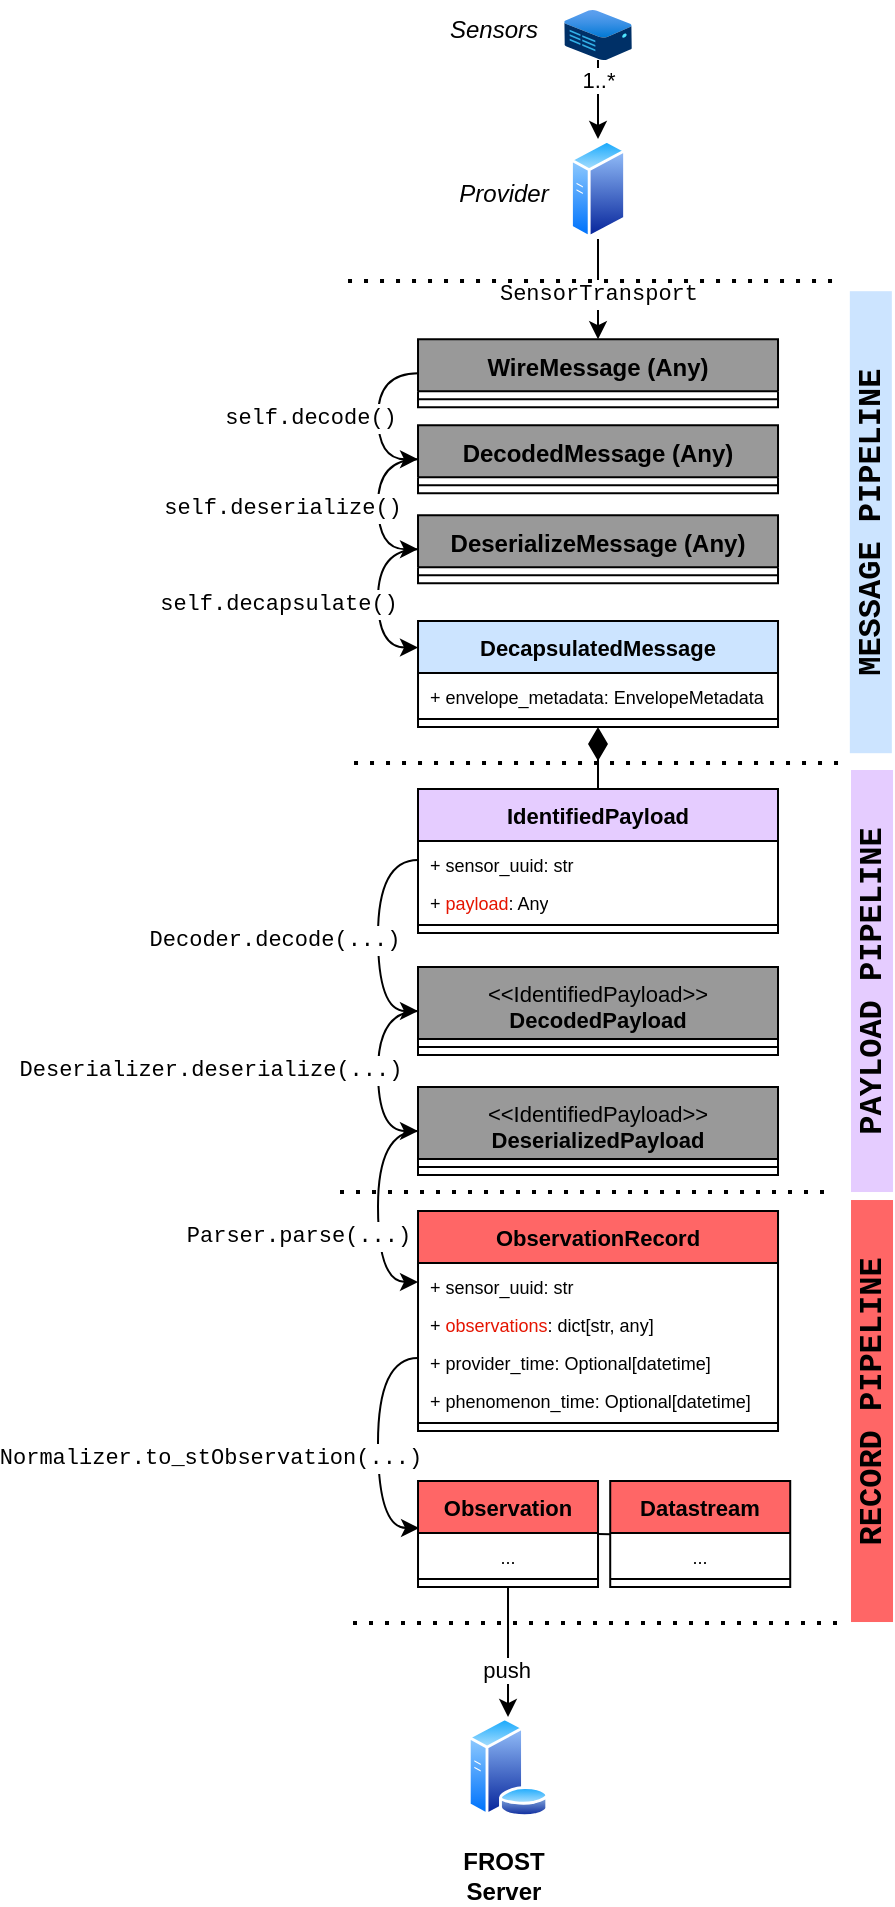
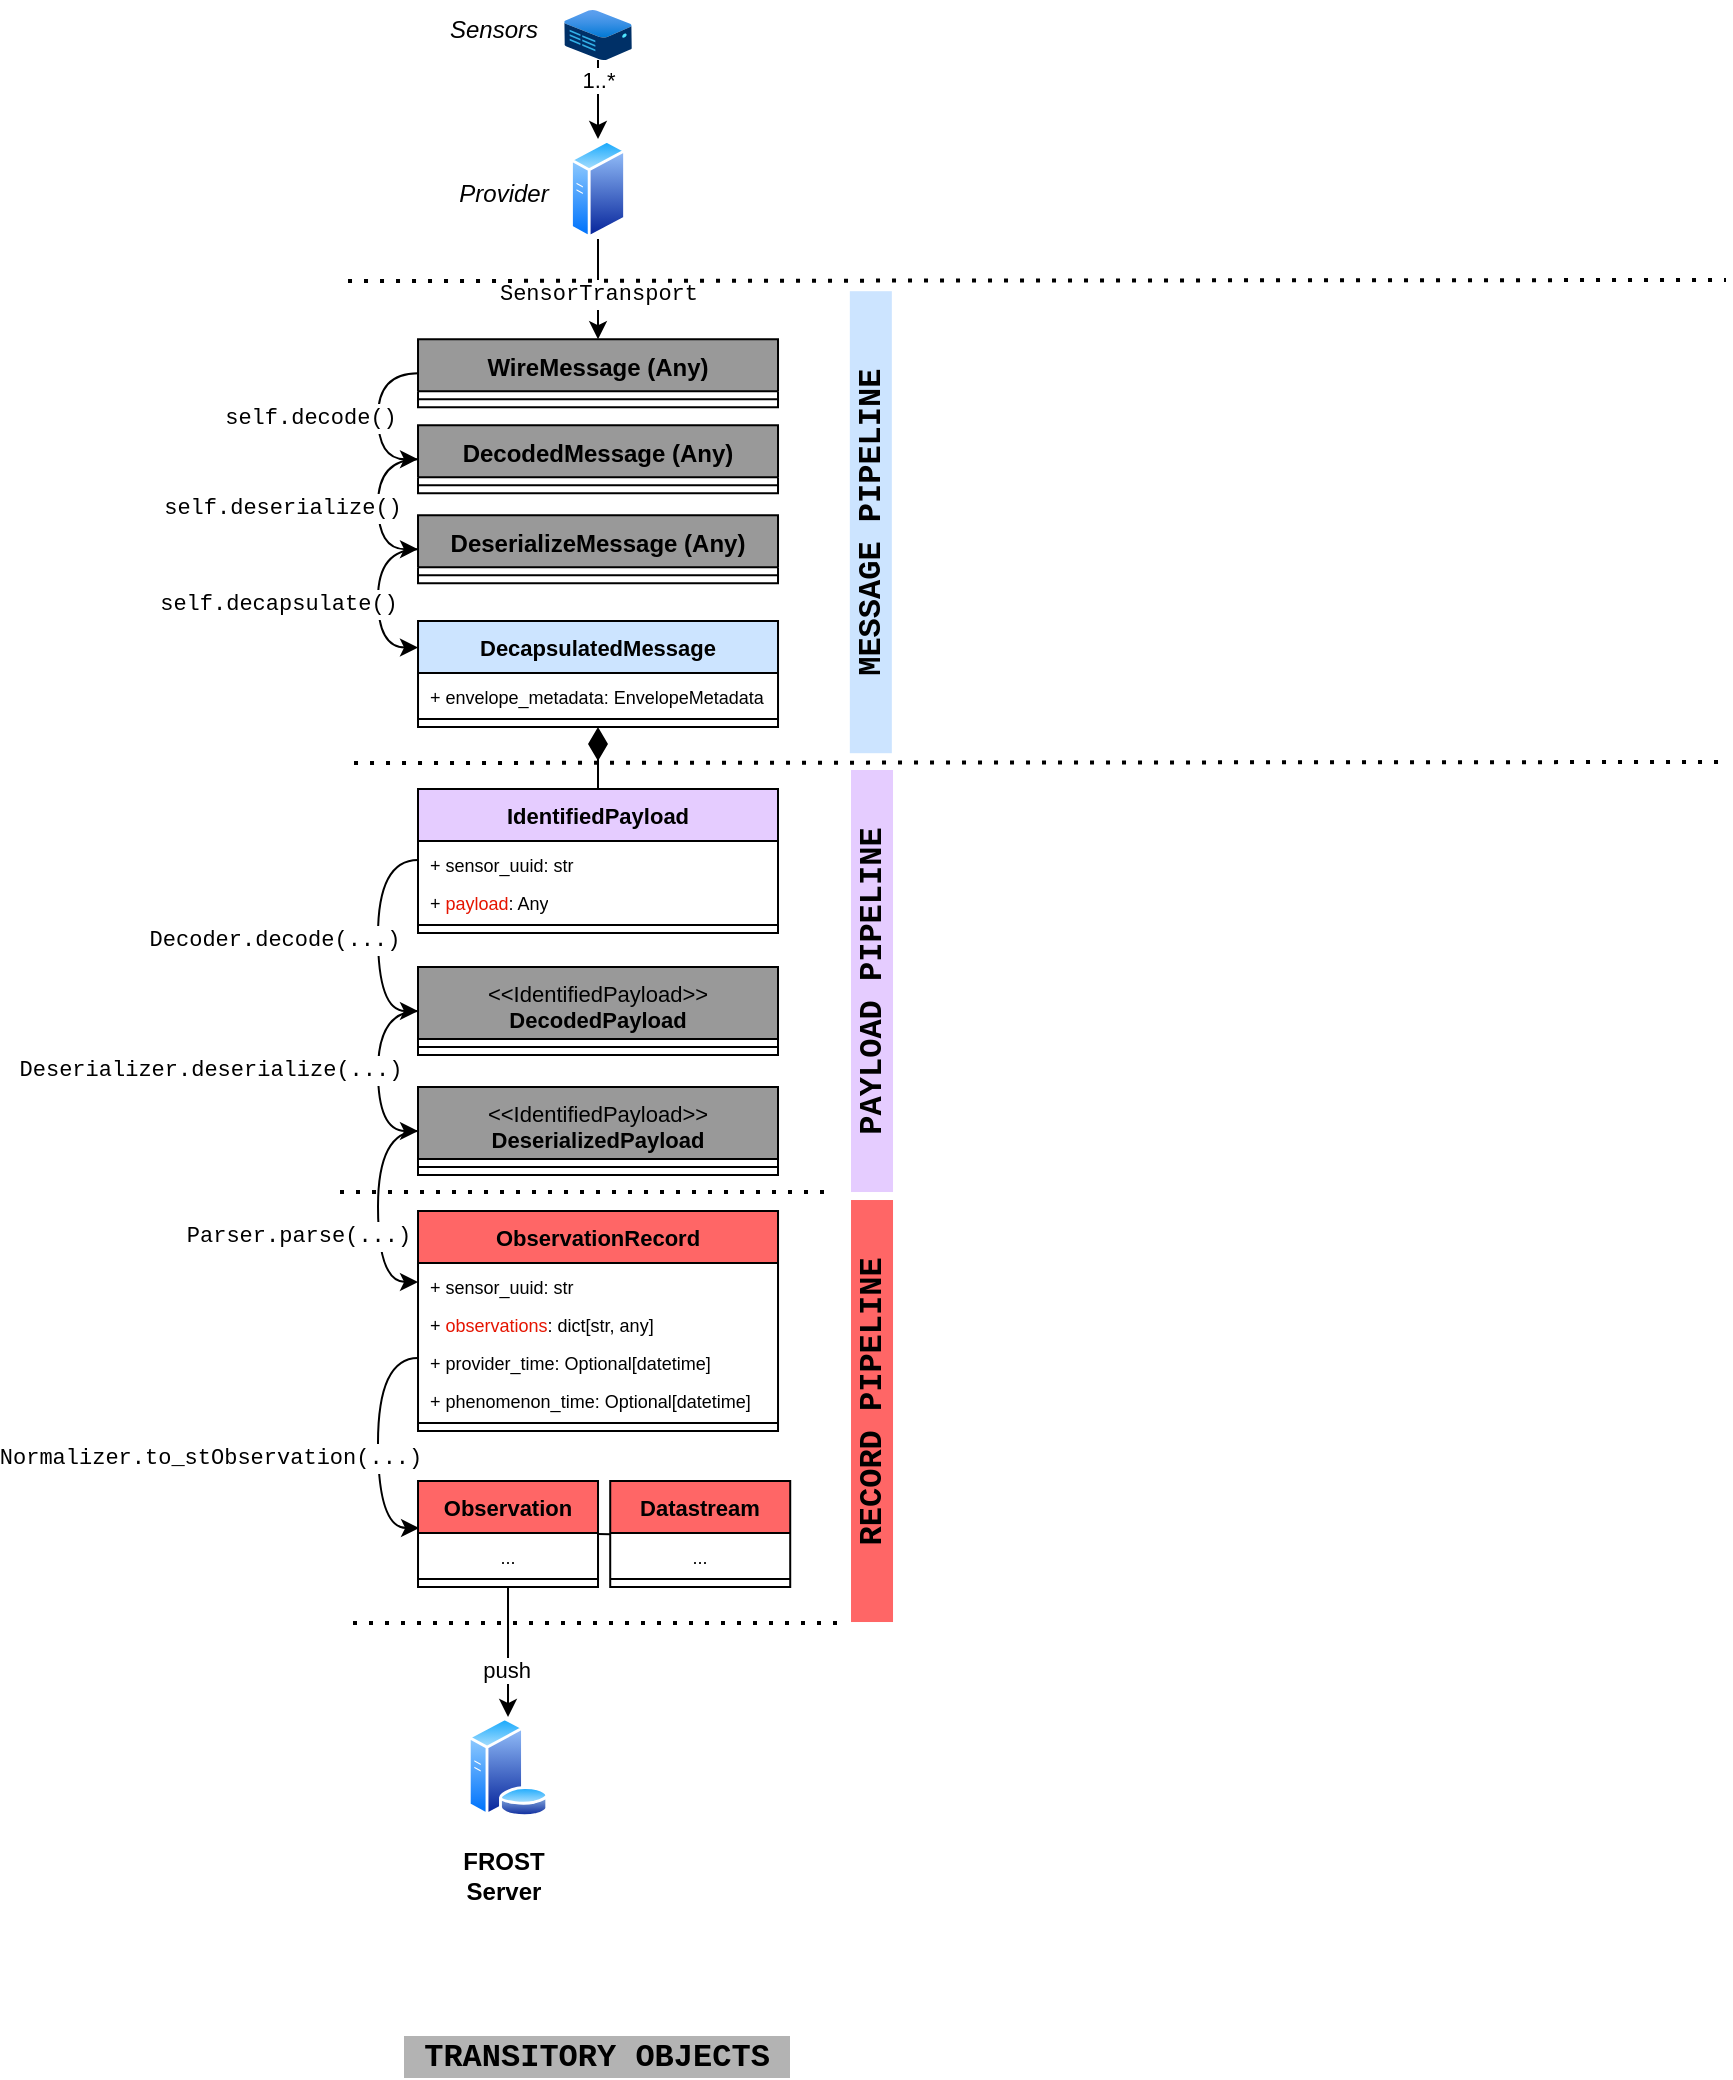
<mxfile host="app.diagrams.net">
  <diagram name="Page-1" id="zslSuMcQuhMjCawqLiqm">
-     <mxGraphModel dx="1383" dy="395" grid="0" gridSize="10" guides="1" tooltips="1" connect="1" arrows="1" fold="1" page="1" pageScale="1" pageWidth="827" pageHeight="1169" math="0" shadow="0">
+     <mxGraphModel dx="1692" dy="615" grid="0" gridSize="10" guides="1" tooltips="1" connect="1" arrows="1" fold="1" page="1" pageScale="1" pageWidth="827" pageHeight="1169" math="0" shadow="0">
      <root>
        <mxCell id="0" />
        <mxCell id="1" parent="0" />
        <mxCell id="wViumKwiQ37OSFoqWwF8-10" edge="1" parent="1" source="pTr_LYJ15uaenPGCWmsZ-1" style="edgeStyle=orthogonalEdgeStyle;rounded=0;orthogonalLoop=1;jettySize=auto;html=1;" target="wViumKwiQ37OSFoqWwF8-6">
          <mxGeometry relative="1" as="geometry" />
        </mxCell>
        <mxCell id="wViumKwiQ37OSFoqWwF8-11" connectable="0" parent="wViumKwiQ37OSFoqWwF8-10" style="edgeLabel;html=1;align=center;verticalAlign=middle;resizable=0;points=[];" value="&lt;div&gt;&lt;font face=&quot;Courier New&quot;&gt;SensorTransport&lt;/font&gt;&lt;/div&gt;" vertex="1">
          <mxGeometry relative="1" x="0.2603" as="geometry">
            <mxPoint y="-4" as="offset" />
          </mxGeometry>
        </mxCell>
        <mxCell id="pTr_LYJ15uaenPGCWmsZ-1" parent="1" style="image;aspect=fixed;perimeter=ellipsePerimeter;html=1;align=center;shadow=0;dashed=0;spacingTop=3;image=img/lib/active_directory/generic_server.svg;" value="" vertex="1">
-           <mxGeometry height="50" width="28.000000000000004" x="-476.99" y="153.5" as="geometry" />
+           <mxGeometry height="50" width="28.000000000000004" x="-427.99" y="153.5" as="geometry" />
        </mxCell>
        <mxCell id="pTr_LYJ15uaenPGCWmsZ-2" parent="1" style="text;html=1;whiteSpace=wrap;strokeColor=none;fillColor=none;align=center;verticalAlign=middle;rounded=0;" value="&lt;i&gt;Provider&lt;/i&gt;" vertex="1">
-           <mxGeometry height="30" width="60" x="-539.89" y="166" as="geometry" />
+           <mxGeometry height="30" width="60" x="-490.89" y="166" as="geometry" />
        </mxCell>
        <mxCell id="pTr_LYJ15uaenPGCWmsZ-45" edge="1" parent="1" source="pTr_LYJ15uaenPGCWmsZ-43" style="edgeStyle=orthogonalEdgeStyle;rounded=0;orthogonalLoop=1;jettySize=auto;html=1;" target="pTr_LYJ15uaenPGCWmsZ-1">
          <mxGeometry relative="1" as="geometry" />
        </mxCell>
        <mxCell id="wViumKwiQ37OSFoqWwF8-41" connectable="0" parent="pTr_LYJ15uaenPGCWmsZ-45" style="edgeLabel;html=1;align=center;verticalAlign=middle;resizable=0;points=[];fontFamily=Helvetica;fontSize=11;fontColor=default;labelBackgroundColor=default;" value="1..*" vertex="1">
          <mxGeometry relative="1" x="-0.6528" as="geometry">
            <mxPoint y="3" as="offset" />
          </mxGeometry>
        </mxCell>
        <mxCell id="pTr_LYJ15uaenPGCWmsZ-43" parent="1" style="image;aspect=fixed;html=1;points=[];align=center;fontSize=12;image=img/lib/azure2/other/Defender_Sensor.svg;" value="" vertex="1">
-           <mxGeometry height="25" width="33.81" x="-479.89" y="89" as="geometry" />
+           <mxGeometry height="25" width="33.81" x="-430.89" y="89" as="geometry" />
        </mxCell>
        <mxCell id="pTr_LYJ15uaenPGCWmsZ-46" parent="1" style="text;html=1;whiteSpace=wrap;strokeColor=none;fillColor=none;align=center;verticalAlign=middle;rounded=0;" value="&lt;i&gt;Sensors&lt;/i&gt;" vertex="1">
-           <mxGeometry height="30" width="60" x="-544.99" y="84" as="geometry" />
+           <mxGeometry height="30" width="60" x="-495.99" y="84" as="geometry" />
        </mxCell>
        <mxCell id="pTr_LYJ15uaenPGCWmsZ-48" parent="1" style="image;aspect=fixed;perimeter=ellipsePerimeter;html=1;align=center;shadow=0;dashed=0;spacingTop=3;image=img/lib/active_directory/database_server.svg;" value="" vertex="1">
-           <mxGeometry height="50" width="41" x="-528.49" y="942.5" as="geometry" />
+           <mxGeometry height="50" width="41" x="-479.49" y="942.5" as="geometry" />
        </mxCell>
        <mxCell id="wViumKwiQ37OSFoqWwF8-19" edge="1" parent="1" source="wViumKwiQ37OSFoqWwF8-6" style="edgeStyle=orthogonalEdgeStyle;rounded=0;orthogonalLoop=1;jettySize=auto;html=1;entryX=0;entryY=0.5;entryDx=0;entryDy=0;curved=1;exitX=0;exitY=0.5;exitDx=0;exitDy=0;" target="wViumKwiQ37OSFoqWwF8-12">
          <mxGeometry relative="1" as="geometry" />
        </mxCell>
        <mxCell id="wViumKwiQ37OSFoqWwF8-22" connectable="0" parent="wViumKwiQ37OSFoqWwF8-19" style="edgeLabel;html=1;align=center;verticalAlign=middle;resizable=0;points=[];fontFamily=Helvetica;fontSize=11;fontColor=default;labelBackgroundColor=default;" value="&lt;font face=&quot;Courier New&quot;&gt;self.decode()&lt;/font&gt;" vertex="1">
          <mxGeometry relative="1" x="-0.1099" y="-2" as="geometry">
            <mxPoint x="-32" y="5" as="offset" />
          </mxGeometry>
        </mxCell>
        <mxCell id="wViumKwiQ37OSFoqWwF8-6" parent="1" style="swimlane;fontStyle=1;align=center;verticalAlign=top;childLayout=stackLayout;horizontal=1;startSize=26;horizontalStack=0;resizeParent=1;resizeParentMax=0;resizeLast=0;collapsible=1;marginBottom=0;whiteSpace=wrap;html=1;fillColor=#999999;" value="&lt;div&gt;&lt;span style=&quot;background-color: transparent; color: light-dark(rgb(0, 0, 0), rgb(255, 255, 255));&quot;&gt;WireMessage (Any)&lt;/span&gt;&lt;/div&gt;" vertex="1">
-           <mxGeometry height="34" width="180" x="-552.99" y="253.58999999999997" as="geometry" />
+           <mxGeometry height="34" width="180" x="-503.99" y="253.58999999999997" as="geometry" />
        </mxCell>
        <mxCell id="wViumKwiQ37OSFoqWwF8-8" parent="wViumKwiQ37OSFoqWwF8-6" style="line;strokeWidth=1;fillColor=none;align=left;verticalAlign=middle;spacingTop=-1;spacingLeft=3;spacingRight=3;rotatable=0;labelPosition=right;points=[];portConstraint=eastwest;strokeColor=inherit;" value="" vertex="1">
          <mxGeometry height="8" width="180" y="26" as="geometry" />
        </mxCell>
        <mxCell id="wViumKwiQ37OSFoqWwF8-21" edge="1" parent="1" source="wViumKwiQ37OSFoqWwF8-12" style="edgeStyle=orthogonalEdgeStyle;shape=connector;curved=1;rounded=0;orthogonalLoop=1;jettySize=auto;html=1;entryX=0;entryY=0.5;entryDx=0;entryDy=0;strokeColor=default;align=center;verticalAlign=middle;fontFamily=Helvetica;fontSize=11;fontColor=default;labelBackgroundColor=default;endArrow=classic;exitX=0;exitY=0.5;exitDx=0;exitDy=0;" target="wViumKwiQ37OSFoqWwF8-14">
          <mxGeometry relative="1" as="geometry" />
        </mxCell>
        <mxCell id="wViumKwiQ37OSFoqWwF8-12" parent="1" style="swimlane;fontStyle=1;align=center;verticalAlign=top;childLayout=stackLayout;horizontal=1;startSize=26;horizontalStack=0;resizeParent=1;resizeParentMax=0;resizeLast=0;collapsible=1;marginBottom=0;whiteSpace=wrap;html=1;fillColor=#999999;" value="&lt;div&gt;&lt;span style=&quot;background-color: transparent; color: light-dark(rgb(0, 0, 0), rgb(255, 255, 255));&quot;&gt;DecodedMessage (Any)&lt;/span&gt;&lt;/div&gt;" vertex="1">
-           <mxGeometry height="34" width="180" x="-552.99" y="296.59" as="geometry" />
+           <mxGeometry height="34" width="180" x="-503.99" y="296.59" as="geometry" />
        </mxCell>
        <mxCell id="wViumKwiQ37OSFoqWwF8-13" parent="wViumKwiQ37OSFoqWwF8-12" style="line;strokeWidth=1;fillColor=none;align=left;verticalAlign=middle;spacingTop=-1;spacingLeft=3;spacingRight=3;rotatable=0;labelPosition=right;points=[];portConstraint=eastwest;strokeColor=inherit;" value="" vertex="1">
          <mxGeometry height="8" width="180" y="26" as="geometry" />
        </mxCell>
        <mxCell id="wViumKwiQ37OSFoqWwF8-38" edge="1" parent="1" source="wViumKwiQ37OSFoqWwF8-14" style="edgeStyle=orthogonalEdgeStyle;shape=connector;curved=1;rounded=0;orthogonalLoop=1;jettySize=auto;html=1;entryX=0;entryY=0.25;entryDx=0;entryDy=0;strokeColor=default;align=center;verticalAlign=middle;fontFamily=Helvetica;fontSize=11;fontColor=default;labelBackgroundColor=default;endArrow=classic;exitX=0;exitY=0.5;exitDx=0;exitDy=0;" target="wViumKwiQ37OSFoqWwF8-27">
          <mxGeometry relative="1" as="geometry" />
        </mxCell>
        <mxCell id="wViumKwiQ37OSFoqWwF8-14" parent="1" style="swimlane;fontStyle=1;align=center;verticalAlign=top;childLayout=stackLayout;horizontal=1;startSize=26;horizontalStack=0;resizeParent=1;resizeParentMax=0;resizeLast=0;collapsible=1;marginBottom=0;whiteSpace=wrap;html=1;fillColor=#999999;" value="&lt;div&gt;&lt;span style=&quot;background-color: transparent; color: light-dark(rgb(0, 0, 0), rgb(255, 255, 255));&quot;&gt;DeserializeMessage (Any)&lt;/span&gt;&lt;/div&gt;" vertex="1">
-           <mxGeometry height="34" width="180" x="-552.99" y="341.59" as="geometry" />
+           <mxGeometry height="34" width="180" x="-503.99" y="341.59" as="geometry" />
        </mxCell>
        <mxCell id="wViumKwiQ37OSFoqWwF8-15" parent="wViumKwiQ37OSFoqWwF8-14" style="line;strokeWidth=1;fillColor=none;align=left;verticalAlign=middle;spacingTop=-1;spacingLeft=3;spacingRight=3;rotatable=0;labelPosition=right;points=[];portConstraint=eastwest;strokeColor=inherit;" value="" vertex="1">
          <mxGeometry height="8" width="180" y="26" as="geometry" />
        </mxCell>
        <mxCell id="wViumKwiQ37OSFoqWwF8-23" connectable="0" parent="1" style="edgeLabel;html=1;align=center;verticalAlign=middle;resizable=0;points=[];fontFamily=Helvetica;fontSize=11;fontColor=default;labelBackgroundColor=default;" value="&lt;font face=&quot;Courier New&quot;&gt;self.deserialize()&lt;/font&gt;" vertex="1">
-           <mxGeometry x="-620.99" y="337.5" as="geometry" />
+           <mxGeometry x="-571.99" y="337.5" as="geometry" />
        </mxCell>
        <mxCell id="wViumKwiQ37OSFoqWwF8-27" parent="1" style="swimlane;fontStyle=1;align=center;verticalAlign=top;childLayout=stackLayout;horizontal=1;startSize=26;horizontalStack=0;resizeParent=1;resizeParentMax=0;resizeLast=0;collapsible=1;marginBottom=0;whiteSpace=wrap;html=1;fontFamily=Helvetica;fontSize=11;fontColor=default;labelBackgroundColor=none;gradientColor=none;fillColor=#CCE4FF;" value="DecapsulatedMessage" vertex="1">
-           <mxGeometry height="53" width="180" x="-552.99" y="394.5" as="geometry" />
+           <mxGeometry height="53" width="180" x="-503.99" y="394.5" as="geometry" />
        </mxCell>
        <mxCell id="wViumKwiQ37OSFoqWwF8-28" parent="wViumKwiQ37OSFoqWwF8-27" style="text;strokeColor=none;fillColor=none;align=left;verticalAlign=top;spacingLeft=4;spacingRight=4;overflow=hidden;rotatable=0;points=[[0,0.5],[1,0.5]];portConstraint=eastwest;whiteSpace=wrap;html=1;fontFamily=Helvetica;fontSize=9;fontColor=default;labelBackgroundColor=default;" value="+ envelope_metadata: EnvelopeMetadata" vertex="1">
          <mxGeometry height="19" width="180" y="26" as="geometry" />
        </mxCell>
        <mxCell id="wViumKwiQ37OSFoqWwF8-29" parent="wViumKwiQ37OSFoqWwF8-27" style="line;strokeWidth=1;fillColor=none;align=left;verticalAlign=middle;spacingTop=-1;spacingLeft=3;spacingRight=3;rotatable=0;labelPosition=right;points=[];portConstraint=eastwest;strokeColor=inherit;fontFamily=Helvetica;fontSize=11;fontColor=default;labelBackgroundColor=default;" value="" vertex="1">
          <mxGeometry height="8" width="180" y="45" as="geometry" />
        </mxCell>
        <mxCell id="wViumKwiQ37OSFoqWwF8-66" edge="1" parent="1" source="wViumKwiQ37OSFoqWwF8-37" style="edgeStyle=orthogonalEdgeStyle;shape=connector;rounded=0;orthogonalLoop=1;jettySize=auto;html=1;entryX=0;entryY=0.5;entryDx=0;entryDy=0;strokeColor=default;align=center;verticalAlign=middle;fontFamily=Helvetica;fontSize=11;fontColor=default;labelBackgroundColor=default;endArrow=classic;endFill=1;endSize=6;curved=1;exitX=0;exitY=0.5;exitDx=0;exitDy=0;" target="wViumKwiQ37OSFoqWwF8-59">
          <mxGeometry relative="1" as="geometry" />
        </mxCell>
        <mxCell id="wViumKwiQ37OSFoqWwF8-72" connectable="0" parent="wViumKwiQ37OSFoqWwF8-66" style="edgeLabel;html=1;align=center;verticalAlign=middle;resizable=0;points=[];fontFamily=Helvetica;fontSize=11;fontColor=default;labelBackgroundColor=default;" value="&lt;font face=&quot;Courier New&quot;&gt;Decoder.decode(...)&lt;/font&gt;" vertex="1">
          <mxGeometry relative="1" x="0.0183" y="-1" as="geometry">
            <mxPoint x="-51" y="1" as="offset" />
          </mxGeometry>
        </mxCell>
        <mxCell id="wViumKwiQ37OSFoqWwF8-77" edge="1" parent="1" source="wViumKwiQ37OSFoqWwF8-32" style="edgeStyle=orthogonalEdgeStyle;shape=connector;curved=1;rounded=0;orthogonalLoop=1;jettySize=auto;html=1;strokeColor=default;align=center;verticalAlign=middle;fontFamily=Helvetica;fontSize=11;fontColor=default;labelBackgroundColor=default;endArrow=diamondThin;endFill=1;endSize=14;" target="wViumKwiQ37OSFoqWwF8-27">
          <mxGeometry relative="1" as="geometry" />
        </mxCell>
        <mxCell id="wViumKwiQ37OSFoqWwF8-32" parent="1" style="swimlane;fontStyle=1;align=center;verticalAlign=top;childLayout=stackLayout;horizontal=1;startSize=26;horizontalStack=0;resizeParent=1;resizeParentMax=0;resizeLast=0;collapsible=1;marginBottom=0;whiteSpace=wrap;html=1;fontFamily=Helvetica;fontSize=11;fontColor=default;labelBackgroundColor=none;gradientColor=none;fillColor=#E5CCFF;" value="IdentifiedPayload" vertex="1">
-           <mxGeometry height="72" width="180" x="-553" y="478.5" as="geometry" />
+           <mxGeometry height="72" width="180" x="-504" y="478.5" as="geometry" />
        </mxCell>
        <mxCell id="wViumKwiQ37OSFoqWwF8-37" parent="wViumKwiQ37OSFoqWwF8-32" style="text;strokeColor=none;fillColor=none;align=left;verticalAlign=top;spacingLeft=4;spacingRight=4;overflow=hidden;rotatable=0;points=[[0,0.5],[1,0.5]];portConstraint=eastwest;whiteSpace=wrap;html=1;fontFamily=Helvetica;fontSize=9;fontColor=default;labelBackgroundColor=default;" value="+ sensor_uuid: str" vertex="1">
          <mxGeometry height="19" width="180" y="26" as="geometry" />
        </mxCell>
        <mxCell id="wViumKwiQ37OSFoqWwF8-33" parent="wViumKwiQ37OSFoqWwF8-32" style="text;strokeColor=none;fillColor=none;align=left;verticalAlign=top;spacingLeft=4;spacingRight=4;overflow=hidden;rotatable=0;points=[[0,0.5],[1,0.5]];portConstraint=eastwest;whiteSpace=wrap;html=1;fontFamily=Helvetica;fontSize=9;fontColor=default;labelBackgroundColor=default;" value="+ &lt;font style=&quot;color: rgb(229, 20, 0);&quot;&gt;payload&lt;/font&gt;: Any" vertex="1">
          <mxGeometry height="19" width="180" y="45" as="geometry" />
        </mxCell>
        <mxCell id="wViumKwiQ37OSFoqWwF8-34" parent="wViumKwiQ37OSFoqWwF8-32" style="line;strokeWidth=1;fillColor=none;align=left;verticalAlign=middle;spacingTop=-1;spacingLeft=3;spacingRight=3;rotatable=0;labelPosition=right;points=[];portConstraint=eastwest;strokeColor=inherit;fontFamily=Helvetica;fontSize=11;fontColor=default;labelBackgroundColor=default;" value="" vertex="1">
          <mxGeometry height="8" width="180" y="64" as="geometry" />
        </mxCell>
        <mxCell id="wViumKwiQ37OSFoqWwF8-39" connectable="0" parent="1" style="edgeLabel;html=1;align=center;verticalAlign=middle;resizable=0;points=[];fontFamily=Helvetica;fontSize=11;fontColor=default;labelBackgroundColor=default;" value="&lt;font face=&quot;Courier New&quot;&gt;self.decapsulate()&lt;/font&gt;" vertex="1">
-           <mxGeometry x="-622.99" y="385.5" as="geometry" />
+           <mxGeometry x="-573.99" y="385.5" as="geometry" />
        </mxCell>
        <mxCell id="wViumKwiQ37OSFoqWwF8-92" edge="1" parent="1" source="wViumKwiQ37OSFoqWwF8-89" style="edgeStyle=orthogonalEdgeStyle;shape=connector;curved=1;rounded=0;orthogonalLoop=1;jettySize=auto;html=1;strokeColor=default;align=center;verticalAlign=middle;fontFamily=Helvetica;fontSize=11;fontColor=default;labelBackgroundColor=default;endArrow=classic;endFill=1;endSize=6;exitX=0;exitY=0.5;exitDx=0;exitDy=0;entryX=0.006;entryY=-0.13;entryDx=0;entryDy=0;entryPerimeter=0;" target="wViumKwiQ37OSFoqWwF8-85">
          <mxGeometry relative="1" as="geometry">
-             <mxPoint x="-591.99" y="864.5" as="targetPoint" />
+             <mxPoint x="-542.99" y="864.5" as="targetPoint" />
          </mxGeometry>
        </mxCell>
        <mxCell id="wViumKwiQ37OSFoqWwF8-55" parent="1" style="swimlane;fontStyle=1;align=center;verticalAlign=top;childLayout=stackLayout;horizontal=1;startSize=26;horizontalStack=0;resizeParent=1;resizeParentMax=0;resizeLast=0;collapsible=1;marginBottom=0;whiteSpace=wrap;html=1;fontFamily=Helvetica;fontSize=11;fontColor=default;labelBackgroundColor=none;gradientColor=none;fillColor=#FF6666;" value="ObservationRecord" vertex="1">
-           <mxGeometry height="110" width="180" x="-552.99" y="689.5" as="geometry" />
+           <mxGeometry height="110" width="180" x="-503.99" y="689.5" as="geometry" />
        </mxCell>
        <mxCell id="wViumKwiQ37OSFoqWwF8-56" parent="wViumKwiQ37OSFoqWwF8-55" style="text;strokeColor=none;fillColor=none;align=left;verticalAlign=top;spacingLeft=4;spacingRight=4;overflow=hidden;rotatable=0;points=[[0,0.5],[1,0.5]];portConstraint=eastwest;whiteSpace=wrap;html=1;fontFamily=Helvetica;fontSize=9;fontColor=default;labelBackgroundColor=default;" value="+ sensor_uuid: str" vertex="1">
          <mxGeometry height="19" width="180" y="26" as="geometry" />
        </mxCell>
        <mxCell id="wViumKwiQ37OSFoqWwF8-75" parent="wViumKwiQ37OSFoqWwF8-55" style="text;strokeColor=none;fillColor=none;align=left;verticalAlign=top;spacingLeft=4;spacingRight=4;overflow=hidden;rotatable=0;points=[[0,0.5],[1,0.5]];portConstraint=eastwest;whiteSpace=wrap;html=1;fontFamily=Helvetica;fontSize=9;fontColor=default;labelBackgroundColor=default;" value="+ &lt;font style=&quot;color: rgb(229, 20, 0);&quot;&gt;observations&lt;/font&gt;: dict[str, any]" vertex="1">
          <mxGeometry height="19" width="180" y="45" as="geometry" />
        </mxCell>
        <mxCell id="wViumKwiQ37OSFoqWwF8-89" parent="wViumKwiQ37OSFoqWwF8-55" style="text;strokeColor=none;fillColor=none;align=left;verticalAlign=top;spacingLeft=4;spacingRight=4;overflow=hidden;rotatable=0;points=[[0,0.5],[1,0.5]];portConstraint=eastwest;whiteSpace=wrap;html=1;fontFamily=Helvetica;fontSize=9;fontColor=default;labelBackgroundColor=default;" value="+ &lt;font style=&quot;color: rgb(0, 0, 0);&quot;&gt;provider_time&lt;/font&gt;: Optional[datetime]" vertex="1">
          <mxGeometry height="19" width="180" y="64" as="geometry" />
        </mxCell>
        <mxCell id="wViumKwiQ37OSFoqWwF8-90" parent="wViumKwiQ37OSFoqWwF8-55" style="text;strokeColor=none;fillColor=none;align=left;verticalAlign=top;spacingLeft=4;spacingRight=4;overflow=hidden;rotatable=0;points=[[0,0.5],[1,0.5]];portConstraint=eastwest;whiteSpace=wrap;html=1;fontFamily=Helvetica;fontSize=9;fontColor=default;labelBackgroundColor=default;" value="+ &lt;font style=&quot;color: rgb(0, 0, 0);&quot;&gt;phenomenon_time&lt;/font&gt;: Optional[datetime]" vertex="1">
          <mxGeometry height="19" width="180" y="83" as="geometry" />
        </mxCell>
        <mxCell id="wViumKwiQ37OSFoqWwF8-57" parent="wViumKwiQ37OSFoqWwF8-55" style="line;strokeWidth=1;fillColor=none;align=left;verticalAlign=middle;spacingTop=-1;spacingLeft=3;spacingRight=3;rotatable=0;labelPosition=right;points=[];portConstraint=eastwest;strokeColor=inherit;fontFamily=Helvetica;fontSize=11;fontColor=default;labelBackgroundColor=default;" value="" vertex="1">
          <mxGeometry height="8" width="180" y="102" as="geometry" />
        </mxCell>
        <mxCell id="wViumKwiQ37OSFoqWwF8-71" edge="1" parent="1" source="wViumKwiQ37OSFoqWwF8-59" style="edgeStyle=orthogonalEdgeStyle;shape=connector;curved=1;rounded=0;orthogonalLoop=1;jettySize=auto;html=1;strokeColor=default;align=center;verticalAlign=middle;fontFamily=Helvetica;fontSize=11;fontColor=default;labelBackgroundColor=default;endArrow=classic;endFill=1;endSize=6;entryX=0;entryY=0.5;entryDx=0;entryDy=0;exitX=0;exitY=0.5;exitDx=0;exitDy=0;" target="wViumKwiQ37OSFoqWwF8-67">
          <mxGeometry relative="1" as="geometry" />
        </mxCell>
        <mxCell id="wViumKwiQ37OSFoqWwF8-59" parent="1" style="swimlane;fontStyle=1;align=center;verticalAlign=top;childLayout=stackLayout;horizontal=1;startSize=36;horizontalStack=0;resizeParent=1;resizeParentMax=0;resizeLast=0;collapsible=1;marginBottom=0;whiteSpace=wrap;html=1;fontFamily=Helvetica;fontSize=11;fontColor=default;labelBackgroundColor=none;fillColor=#999999;" value="&lt;span style=&quot;font-weight: normal;&quot;&gt;&amp;lt;&amp;lt;IdentifiedPayload&amp;gt;&amp;gt;&lt;/span&gt;&lt;div&gt;DecodedPayload&lt;/div&gt;" vertex="1">
-           <mxGeometry height="44" width="180" x="-553" y="567.5" as="geometry" />
+           <mxGeometry height="44" width="180" x="-504" y="567.5" as="geometry" />
        </mxCell>
        <mxCell id="wViumKwiQ37OSFoqWwF8-61" parent="wViumKwiQ37OSFoqWwF8-59" style="line;strokeWidth=1;fillColor=none;align=left;verticalAlign=middle;spacingTop=-1;spacingLeft=3;spacingRight=3;rotatable=0;labelPosition=right;points=[];portConstraint=eastwest;strokeColor=inherit;fontFamily=Helvetica;fontSize=11;fontColor=default;labelBackgroundColor=default;" value="" vertex="1">
          <mxGeometry height="8" width="180" y="36" as="geometry" />
        </mxCell>
        <mxCell id="wViumKwiQ37OSFoqWwF8-79" edge="1" parent="1" source="wViumKwiQ37OSFoqWwF8-67" style="edgeStyle=orthogonalEdgeStyle;shape=connector;curved=1;rounded=0;orthogonalLoop=1;jettySize=auto;html=1;entryX=0;entryY=0.5;entryDx=0;entryDy=0;strokeColor=default;align=center;verticalAlign=middle;fontFamily=Helvetica;fontSize=11;fontColor=default;labelBackgroundColor=default;endArrow=classic;endFill=1;endSize=6;exitX=0;exitY=0.5;exitDx=0;exitDy=0;" target="wViumKwiQ37OSFoqWwF8-56">
          <mxGeometry relative="1" as="geometry" />
        </mxCell>
        <mxCell id="wViumKwiQ37OSFoqWwF8-67" parent="1" style="swimlane;fontStyle=1;align=center;verticalAlign=top;childLayout=stackLayout;horizontal=1;startSize=36;horizontalStack=0;resizeParent=1;resizeParentMax=0;resizeLast=0;collapsible=1;marginBottom=0;whiteSpace=wrap;html=1;fontFamily=Helvetica;fontSize=11;fontColor=default;labelBackgroundColor=none;fillColor=#999999;" value="&lt;span style=&quot;font-weight: normal;&quot;&gt;&amp;lt;&amp;lt;IdentifiedPayload&amp;gt;&amp;gt;&lt;/span&gt;&lt;div&gt;DeserializedPayload&lt;/div&gt;" vertex="1">
-           <mxGeometry height="44" width="180" x="-553" y="627.5" as="geometry" />
+           <mxGeometry height="44" width="180" x="-504" y="627.5" as="geometry" />
        </mxCell>
        <mxCell id="wViumKwiQ37OSFoqWwF8-68" parent="wViumKwiQ37OSFoqWwF8-67" style="line;strokeWidth=1;fillColor=none;align=left;verticalAlign=middle;spacingTop=-1;spacingLeft=3;spacingRight=3;rotatable=0;labelPosition=right;points=[];portConstraint=eastwest;strokeColor=inherit;fontFamily=Helvetica;fontSize=11;fontColor=default;labelBackgroundColor=default;" value="" vertex="1">
          <mxGeometry height="8" width="180" y="36" as="geometry" />
        </mxCell>
        <mxCell id="wViumKwiQ37OSFoqWwF8-74" connectable="0" parent="1" style="edgeLabel;html=1;align=center;verticalAlign=middle;resizable=0;points=[];fontFamily=Helvetica;fontSize=11;fontColor=default;labelBackgroundColor=default;" value="&lt;font face=&quot;Courier New&quot;&gt;Deserializer.deserialize(...)&lt;/font&gt;" vertex="1">
-           <mxGeometry x="-660" y="623.5" as="geometry">
+           <mxGeometry x="-611" y="623.5" as="geometry">
            <mxPoint x="3" y="-5" as="offset" />
          </mxGeometry>
        </mxCell>
        <mxCell id="wViumKwiQ37OSFoqWwF8-80" connectable="0" parent="1" style="edgeLabel;html=1;align=center;verticalAlign=middle;resizable=0;points=[];fontFamily=Helvetica;fontSize=11;fontColor=default;labelBackgroundColor=default;" value="&lt;font face=&quot;Courier New&quot;&gt;Parser.parse(...)&lt;/font&gt;" vertex="1">
-           <mxGeometry x="-616" y="707" as="geometry">
+           <mxGeometry x="-567" y="707" as="geometry">
            <mxPoint x="3" y="-5" as="offset" />
          </mxGeometry>
        </mxCell>
        <mxCell id="wViumKwiQ37OSFoqWwF8-104" edge="1" parent="1" source="wViumKwiQ37OSFoqWwF8-84" style="edgeStyle=orthogonalEdgeStyle;shape=connector;curved=1;rounded=0;orthogonalLoop=1;jettySize=auto;html=1;strokeColor=default;align=center;verticalAlign=middle;fontFamily=Helvetica;fontSize=11;fontColor=default;labelBackgroundColor=default;endArrow=classic;endFill=1;endSize=6;" target="pTr_LYJ15uaenPGCWmsZ-48">
          <mxGeometry relative="1" as="geometry" />
        </mxCell>
        <mxCell id="wViumKwiQ37OSFoqWwF8-105" connectable="0" parent="wViumKwiQ37OSFoqWwF8-104" style="edgeLabel;html=1;align=center;verticalAlign=middle;resizable=0;points=[];fontFamily=Helvetica;fontSize=11;fontColor=default;labelBackgroundColor=default;" value="push" vertex="1">
          <mxGeometry relative="1" x="0.2795" y="-1" as="geometry">
            <mxPoint as="offset" />
          </mxGeometry>
        </mxCell>
        <mxCell id="wViumKwiQ37OSFoqWwF8-84" parent="1" style="swimlane;fontStyle=1;align=center;verticalAlign=top;childLayout=stackLayout;horizontal=1;startSize=26;horizontalStack=0;resizeParent=1;resizeParentMax=0;resizeLast=0;collapsible=1;marginBottom=0;whiteSpace=wrap;html=1;fontFamily=Helvetica;fontSize=11;fontColor=default;labelBackgroundColor=none;gradientColor=none;fillColor=#FF6666;" value="Observation" vertex="1">
-           <mxGeometry height="53" width="90" x="-552.99" y="824.5" as="geometry" />
+           <mxGeometry height="53" width="90" x="-503.99" y="824.5" as="geometry" />
        </mxCell>
        <mxCell id="wViumKwiQ37OSFoqWwF8-85" parent="wViumKwiQ37OSFoqWwF8-84" style="text;strokeColor=none;fillColor=none;align=center;verticalAlign=top;spacingLeft=4;spacingRight=4;overflow=hidden;rotatable=0;points=[[0,0.5],[1,0.5]];portConstraint=eastwest;whiteSpace=wrap;html=1;fontFamily=Helvetica;fontSize=9;fontColor=default;labelBackgroundColor=default;" value="..." vertex="1">
          <mxGeometry height="19" width="90" y="26" as="geometry" />
        </mxCell>
        <mxCell id="wViumKwiQ37OSFoqWwF8-87" parent="wViumKwiQ37OSFoqWwF8-84" style="line;strokeWidth=1;fillColor=none;align=left;verticalAlign=middle;spacingTop=-1;spacingLeft=3;spacingRight=3;rotatable=0;labelPosition=right;points=[];portConstraint=eastwest;strokeColor=inherit;fontFamily=Helvetica;fontSize=11;fontColor=default;labelBackgroundColor=default;" value="" vertex="1">
          <mxGeometry height="8" width="90" y="45" as="geometry" />
        </mxCell>
        <mxCell id="wViumKwiQ37OSFoqWwF8-93" connectable="0" parent="1" style="edgeLabel;html=1;align=center;verticalAlign=middle;resizable=0;points=[];fontFamily=Helvetica;fontSize=11;fontColor=default;labelBackgroundColor=default;" value="&lt;font face=&quot;Courier New&quot;&gt;Normalizer.to_stObservation(...)&lt;/font&gt;" vertex="1">
-           <mxGeometry x="-660" y="817.5" as="geometry">
+           <mxGeometry x="-611" y="817.5" as="geometry">
            <mxPoint x="3" y="-5" as="offset" />
          </mxGeometry>
        </mxCell>
        <mxCell id="wViumKwiQ37OSFoqWwF8-100" parent="1" style="swimlane;fontStyle=1;align=center;verticalAlign=top;childLayout=stackLayout;horizontal=1;startSize=26;horizontalStack=0;resizeParent=1;resizeParentMax=0;resizeLast=0;collapsible=1;marginBottom=0;whiteSpace=wrap;html=1;fontFamily=Helvetica;fontSize=11;fontColor=default;labelBackgroundColor=none;gradientColor=none;fillColor=#FF6666;" value="Datastream" vertex="1">
-           <mxGeometry height="53" width="90" x="-456.89" y="824.5" as="geometry" />
+           <mxGeometry height="53" width="90" x="-407.89" y="824.5" as="geometry" />
        </mxCell>
        <mxCell id="wViumKwiQ37OSFoqWwF8-101" parent="wViumKwiQ37OSFoqWwF8-100" style="text;strokeColor=none;fillColor=none;align=center;verticalAlign=top;spacingLeft=4;spacingRight=4;overflow=hidden;rotatable=0;points=[[0,0.5],[1,0.5]];portConstraint=eastwest;whiteSpace=wrap;html=1;fontFamily=Helvetica;fontSize=9;fontColor=default;labelBackgroundColor=default;" value="..." vertex="1">
          <mxGeometry height="19" width="90" y="26" as="geometry" />
        </mxCell>
        <mxCell id="wViumKwiQ37OSFoqWwF8-103" parent="wViumKwiQ37OSFoqWwF8-100" style="line;strokeWidth=1;fillColor=none;align=left;verticalAlign=middle;spacingTop=-1;spacingLeft=3;spacingRight=3;rotatable=0;labelPosition=right;points=[];portConstraint=eastwest;strokeColor=inherit;fontFamily=Helvetica;fontSize=11;fontColor=default;labelBackgroundColor=default;" value="" vertex="1">
          <mxGeometry height="8" width="90" y="45" as="geometry" />
        </mxCell>
        <mxCell id="wViumKwiQ37OSFoqWwF8-106" parent="1" style="text;html=1;whiteSpace=wrap;strokeColor=none;fillColor=none;align=center;verticalAlign=middle;rounded=0;" value="&lt;b&gt;FROST&lt;/b&gt;&lt;div&gt;&lt;b&gt;Server&lt;/b&gt;&lt;/div&gt;" vertex="1">
-           <mxGeometry height="30" width="60" x="-539.89" y="1006.5" as="geometry" />
+           <mxGeometry height="30" width="60" x="-490.89" y="1006.5" as="geometry" />
        </mxCell>
        <mxCell id="wViumKwiQ37OSFoqWwF8-107" edge="1" parent="1" style="endArrow=none;dashed=1;html=1;dashPattern=1 3;strokeWidth=2;rounded=0;strokeColor=default;align=center;verticalAlign=middle;fontFamily=Helvetica;fontSize=11;fontColor=default;labelBackgroundColor=default;endSize=6;" value="">
          <mxGeometry height="50" relative="1" width="50" as="geometry">
-             <mxPoint x="-584.99" y="465.5" as="sourcePoint" />
-             <mxPoint x="-339.99" y="465.5" as="targetPoint" />
+             <mxPoint x="-535.99" y="465.5" as="sourcePoint" />
+             <mxPoint x="150" y="465" as="targetPoint" />
          </mxGeometry>
        </mxCell>
        <mxCell id="wViumKwiQ37OSFoqWwF8-108" edge="1" parent="1" style="endArrow=none;dashed=1;html=1;dashPattern=1 3;strokeWidth=2;rounded=0;strokeColor=default;align=center;verticalAlign=middle;fontFamily=Helvetica;fontSize=11;fontColor=default;labelBackgroundColor=default;endSize=6;" value="">
          <mxGeometry height="50" relative="1" width="50" as="geometry">
-             <mxPoint x="-587.99" y="224.5" as="sourcePoint" />
-             <mxPoint x="-342.99" y="224.5" as="targetPoint" />
+             <mxPoint x="-538.99" y="224.5" as="sourcePoint" />
+             <mxPoint x="150" y="224" as="targetPoint" />
          </mxGeometry>
        </mxCell>
        <mxCell id="wViumKwiQ37OSFoqWwF8-109" edge="1" parent="1" style="endArrow=none;dashed=1;html=1;dashPattern=1 3;strokeWidth=2;rounded=0;strokeColor=default;align=center;verticalAlign=middle;fontFamily=Helvetica;fontSize=11;fontColor=default;labelBackgroundColor=default;endSize=6;" value="">
          <mxGeometry height="50" relative="1" width="50" as="geometry">
-             <mxPoint x="-585.5" y="895.5" as="sourcePoint" />
-             <mxPoint x="-340.99" y="895.5" as="targetPoint" />
+             <mxPoint x="-536.5" y="895.5" as="sourcePoint" />
+             <mxPoint x="-291.99" y="895.5" as="targetPoint" />
          </mxGeometry>
        </mxCell>
        <mxCell id="wViumKwiQ37OSFoqWwF8-110" connectable="0" parent="1" style="edgeLabel;html=1;align=center;verticalAlign=middle;resizable=0;points=[];fontFamily=Helvetica;fontSize=16;fontColor=default;labelBackgroundColor=#E5CCFF;rotation=-90;" value="&lt;font face=&quot;Courier New&quot;&gt;&lt;b&gt;&amp;nbsp; &amp;nbsp;PAYLOAD PIPELINE&amp;nbsp; &amp;nbsp;&lt;/b&gt;&lt;/font&gt;" vertex="1">
-           <mxGeometry x="-326.99" y="571" as="geometry">
+           <mxGeometry x="-277.99" y="571" as="geometry">
            <mxPoint x="-4" as="offset" />
          </mxGeometry>
        </mxCell>
        <mxCell id="wViumKwiQ37OSFoqWwF8-111" connectable="0" parent="1" style="edgeLabel;html=1;align=center;verticalAlign=middle;resizable=0;points=[];fontFamily=Helvetica;fontSize=16;fontColor=default;labelBackgroundColor=#CCE4FF;rotation=-90;" value="&lt;font face=&quot;Courier New&quot;&gt;&lt;b&gt;&amp;nbsp; &amp;nbsp; MESSAGE PIPELINE&amp;nbsp; &amp;nbsp;&amp;nbsp;&lt;/b&gt;&lt;/font&gt;" vertex="1">
-           <mxGeometry x="-326.99" y="341.59" as="geometry">
+           <mxGeometry x="-277.99" y="341.59" as="geometry">
            <mxPoint x="-4" as="offset" />
          </mxGeometry>
        </mxCell>
        <mxCell id="wViumKwiQ37OSFoqWwF8-112" edge="1" parent="1" source="wViumKwiQ37OSFoqWwF8-84" style="shape=connector;rounded=0;orthogonalLoop=1;jettySize=auto;html=1;entryX=0.002;entryY=0.03;entryDx=0;entryDy=0;entryPerimeter=0;strokeColor=default;align=center;verticalAlign=middle;fontFamily=Helvetica;fontSize=11;fontColor=default;labelBackgroundColor=default;endArrow=none;endFill=0;endSize=6;" target="wViumKwiQ37OSFoqWwF8-101">
          <mxGeometry relative="1" as="geometry" />
        </mxCell>
        <mxCell id="wViumKwiQ37OSFoqWwF8-113" edge="1" parent="1" style="endArrow=none;dashed=1;html=1;dashPattern=1 3;strokeWidth=2;rounded=0;strokeColor=default;align=center;verticalAlign=middle;fontFamily=Helvetica;fontSize=11;fontColor=default;labelBackgroundColor=default;endSize=6;" value="">
          <mxGeometry height="50" relative="1" width="50" as="geometry">
-             <mxPoint x="-592" y="680" as="sourcePoint" />
-             <mxPoint x="-347.49" y="680" as="targetPoint" />
+             <mxPoint x="-543" y="680" as="sourcePoint" />
+             <mxPoint x="-298.49" y="680" as="targetPoint" />
          </mxGeometry>
        </mxCell>
        <mxCell id="wViumKwiQ37OSFoqWwF8-114" connectable="0" parent="1" style="edgeLabel;html=1;align=center;verticalAlign=middle;resizable=0;points=[];fontFamily=Helvetica;fontSize=16;fontColor=default;labelBackgroundColor=#FF6666;rotation=-90;" value="&lt;font face=&quot;Courier New&quot;&gt;&lt;b&gt;&amp;nbsp; &amp;nbsp; RECORD PIPELINE&amp;nbsp; &amp;nbsp;&lt;/b&gt;&lt;/font&gt;" vertex="1">
-           <mxGeometry x="-326.99" y="786" as="geometry">
+           <mxGeometry x="-277.99" y="786" as="geometry">
+             <mxPoint x="-4" as="offset" />
+           </mxGeometry>
+         </mxCell>
+         <mxCell id="wViumKwiQ37OSFoqWwF8-116" connectable="0" parent="1" style="edgeLabel;html=1;align=center;verticalAlign=middle;resizable=0;points=[];fontFamily=Helvetica;fontSize=16;fontColor=#000000;labelBackgroundColor=#B3B3B3;rotation=0;" value="&lt;font face=&quot;Courier New&quot;&gt;&lt;b&gt;&amp;nbsp;TRANSITORY OBJECTS&amp;nbsp;&lt;/b&gt;&lt;/font&gt;" vertex="1">
+           <mxGeometry x="-411" y="1112" as="geometry">
            <mxPoint x="-4" as="offset" />
          </mxGeometry>
        </mxCell>
      </root>
    </mxGraphModel>
  </diagram>
</mxfile>
